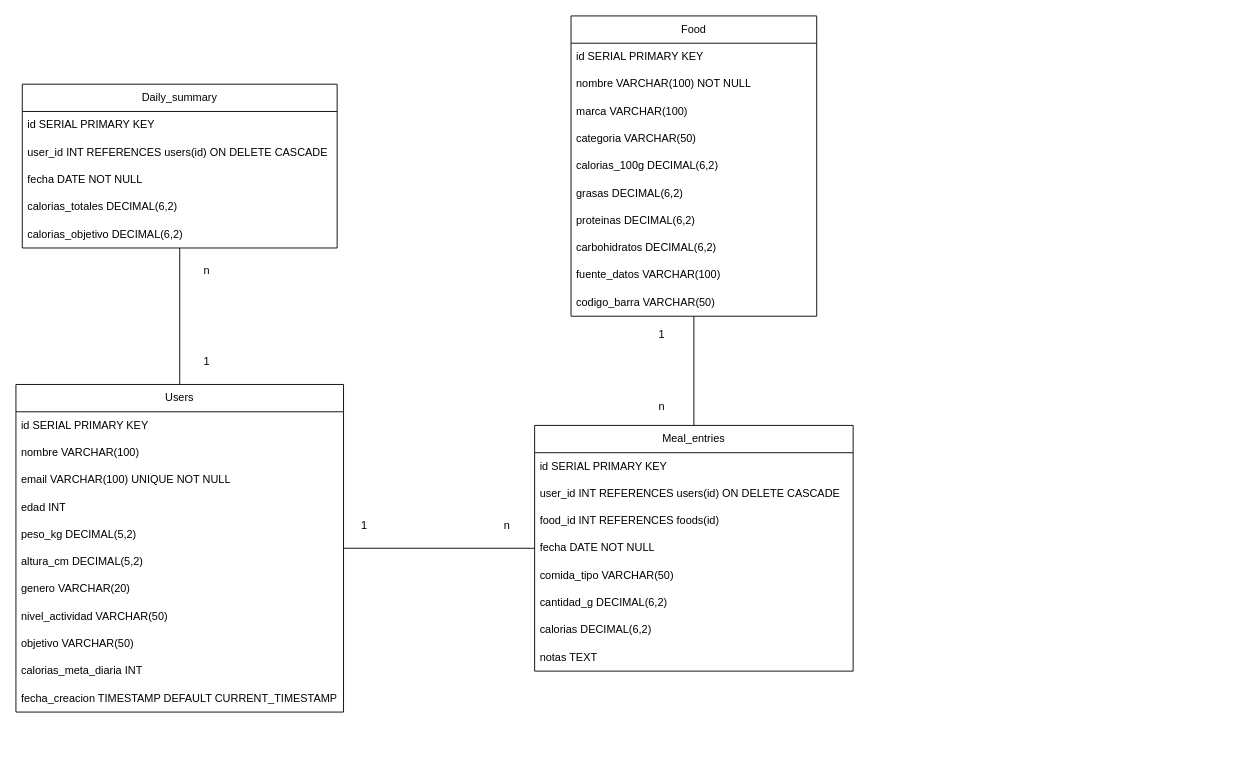
This is recursos/MVP.drawio from arc155-ua/TFG-2025, a draw.io file, before an edit. Source tidied: cells renumbered, new cells numbered last; positions are measured from the earlier drawing's top-left corner, leaving out a move shared by most shapes. Both pictures are drawn from the tidied source at 91%, with x=0, y=0 at pixel (15, 15).
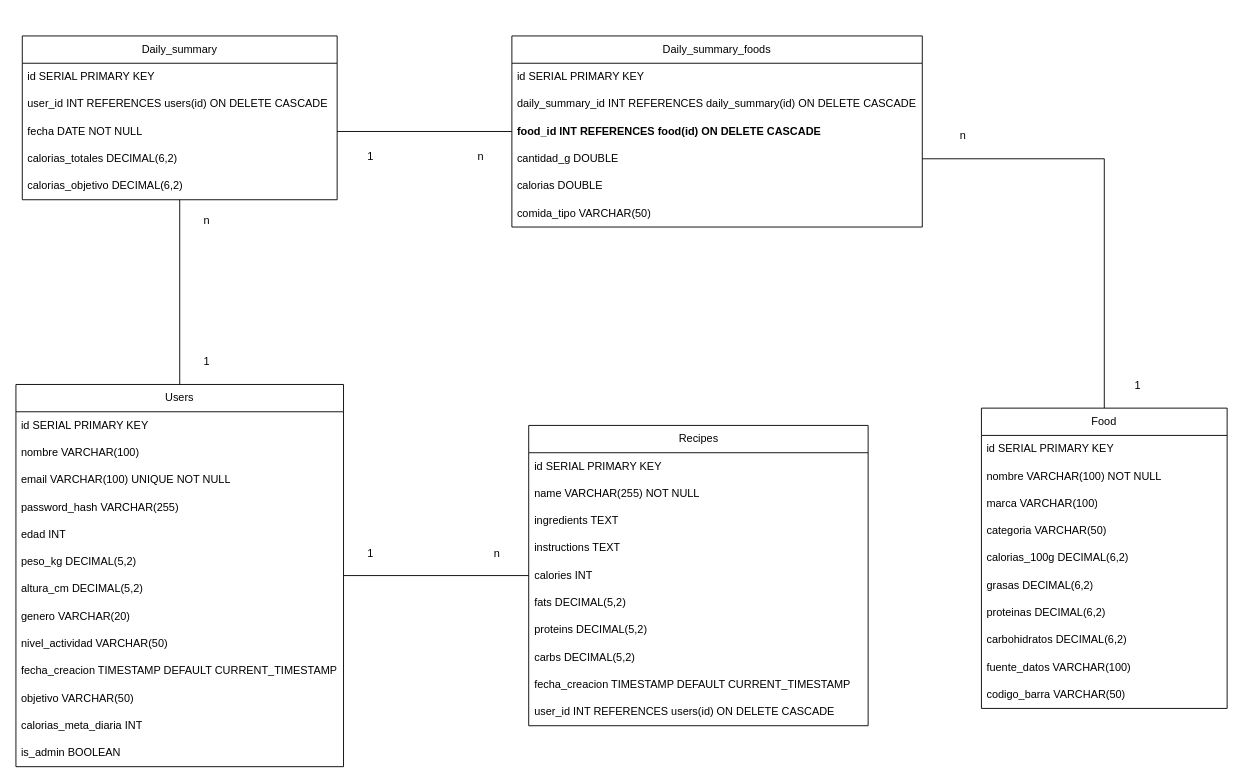
The same page after the edit.

Unchanged cells that the change refers to:
```xml
<mxCell id="37" value="fecha DATE NOT NULL" style="text;strokeColor=none;fillColor=none;align=left;verticalAlign=middle;spacingLeft=4;spacingRight=4;overflow=hidden;points=[[0,0.5],[1,0.5]];portConstraint=eastwest;whiteSpace=wrap;html=1;" parent="34" vertex="1">
  <mxGeometry y="90" width="346" height="30" as="geometry" />
</mxCell>
```

What changed in the source:
```diff
@@
     <mxCell id="2" value="Users" style="swimlane;fontStyle=0;horizontal=1;startSize=30;whiteSpace=wrap;html=1;" parent="1" vertex="1">
-      <mxGeometry y="405" width="360" height="360" as="geometry" />
+      <mxGeometry y="405" width="360" height="420" as="geometry" />
     </mxCell>
@@
+    <mxCell id="13" value="password_hash VARCHAR(255)" style="text;strokeColor=none;fillColor=none;align=left;verticalAlign=middle;spacingLeft=4;spacingRight=4;overflow=hidden;whiteSpace=wrap;html=1;" parent="2" vertex="1">
+      <mxGeometry y="120" width="360" height="30" as="geometry" />
+    </mxCell>
     <mxCell id="6" value="edad INT" style="text;strokeColor=none;fillColor=none;align=left;verticalAlign=middle;spacingLeft=4;spacingRight=4;overflow=hidden;whiteSpace=wrap;html=1;" parent="2" vertex="1">
-      <mxGeometry y="120" width="360" height="30" as="geometry" />
+      <mxGeometry y="150" width="360" height="30" as="geometry" />
     </mxCell>
     <mxCell id="7" value="peso_kg DECIMAL(5,2)" style="text;strokeColor=none;fillColor=none;align=left;verticalAlign=middle;spacingLeft=4;spacingRight=4;overflow=hidden;whiteSpace=wrap;html=1;" parent="2" vertex="1">
-      <mxGeometry y="150" width="360" height="30" as="geometry" />
+      <mxGeometry y="180" width="360" height="30" as="geometry" />
     </mxCell>
     <mxCell id="8" value="altura_cm DECIMAL(5,2)" style="text;strokeColor=none;fillColor=none;align=left;verticalAlign=middle;spacingLeft=4;spacingRight=4;overflow=hidden;whiteSpace=wrap;html=1;" parent="2" vertex="1">
-      <mxGeometry y="180" width="360" height="30" as="geometry" />
+      <mxGeometry y="210" width="360" height="30" as="geometry" />
     </mxCell>
     <mxCell id="9" value="genero VARCHAR(20)" style="text;strokeColor=none;fillColor=none;align=left;verticalAlign=middle;spacingLeft=4;spacingRight=4;overflow=hidden;whiteSpace=wrap;html=1;" parent="2" vertex="1">
-      <mxGeometry y="210" width="360" height="30" as="geometry" />
+      <mxGeometry y="240" width="360" height="30" as="geometry" />
     </mxCell>
     <mxCell id="10" value="nivel_actividad VARCHAR(50)" style="text;strokeColor=none;fillColor=none;align=left;verticalAlign=middle;spacingLeft=4;spacingRight=4;overflow=hidden;whiteSpace=wrap;html=1;" parent="2" vertex="1">
-      <mxGeometry y="240" width="360" height="30" as="geometry" />
+      <mxGeometry y="270" width="360" height="30" as="geometry" />
     </mxCell>
+    <mxCell id="49" value="fecha_creacion TIMESTAMP DEFAULT CURRENT_TIMESTAMP" style="text;strokeColor=none;fillColor=none;align=left;verticalAlign=middle;spacingLeft=4;spacingRight=4;overflow=hidden;whiteSpace=wrap;html=1;" parent="2" vertex="1">
+      <mxGeometry y="300" width="360" height="30" as="geometry" />
+    </mxCell>
     <mxCell id="11" value="objetivo VARCHAR(50)" style="text;strokeColor=none;fillColor=none;align=left;verticalAlign=middle;spacingLeft=4;spacingRight=4;overflow=hidden;whiteSpace=wrap;html=1;" parent="2" vertex="1">
-      <mxGeometry y="270" width="360" height="30" as="geometry" />
+      <mxGeometry y="330" width="360" height="30" as="geometry" />
     </mxCell>
     <mxCell id="12" value="calorias_meta_diaria INT" style="text;strokeColor=none;fillColor=none;align=left;verticalAlign=middle;spacingLeft=4;spacingRight=4;overflow=hidden;whiteSpace=wrap;html=1;" parent="2" vertex="1">
-      <mxGeometry y="300" width="360" height="30" as="geometry" />
+      <mxGeometry y="360" width="360" height="30" as="geometry" />
     </mxCell>
-    <mxCell id="13" value="fecha_creacion TIMESTAMP DEFAULT CURRENT_TIMESTAMP" style="text;strokeColor=none;fillColor=none;align=left;verticalAlign=middle;spacingLeft=4;spacingRight=4;overflow=hidden;whiteSpace=wrap;html=1;" parent="2" vertex="1">
-      <mxGeometry y="330" width="360" height="30" as="geometry" />
-    </mxCell>
+    <mxCell id="50" value="is_admin BOOLEAN" style="text;strokeColor=none;fillColor=none;align=left;verticalAlign=middle;spacingLeft=4;spacingRight=4;overflow=hidden;whiteSpace=wrap;html=1;" parent="2" vertex="1">
+      <mxGeometry y="390" width="360" height="30" as="geometry" />
+    </mxCell>
+    <mxCell id="51" style="edgeStyle=orthogonalEdgeStyle;rounded=0;jettySize=auto;html=1;exitX=0.5;exitY=0;exitDx=0;exitDy=0;endArrow=none;startFill=0;" parent="1" edge="1" source="14" target="56">
+      <mxGeometry relative="1" as="geometry" />
+    </mxCell>
     <mxCell id="14" value="Food" style="swimlane;fontStyle=0;horizontal=1;startSize=30;whiteSpace=wrap;html=1;" parent="1" vertex="1">
-      <mxGeometry x="610" width="270" height="330" as="geometry" />
+      <mxGeometry x="1061" y="431" width="270" height="330" as="geometry" />
     </mxCell>
@@
-    <mxCell id="25" value="Meal_entries" style="swimlane;fontStyle=0;horizontal=1;startSize=30;whiteSpace=wrap;html=1;" parent="1" vertex="1">
-      <mxGeometry x="570" y="450" width="350" height="270" as="geometry" />
-    </mxCell>
-    <mxCell id="26" value="id SERIAL PRIMARY KEY" style="text;strokeColor=none;fillColor=none;align=left;verticalAlign=middle;spacingLeft=4;spacingRight=4;overflow=hidden;whiteSpace=wrap;html=1;" parent="25" vertex="1">
-      <mxGeometry y="30" width="350" height="30" as="geometry" />
-    </mxCell>
-    <mxCell id="27" value="user_id INT REFERENCES users(id) ON DELETE CASCADE" style="text;strokeColor=none;fillColor=none;align=left;verticalAlign=middle;spacingLeft=4;spacingRight=4;overflow=hidden;whiteSpace=wrap;html=1;" parent="25" vertex="1">
-      <mxGeometry y="60" width="350" height="30" as="geometry" />
-    </mxCell>
-    <mxCell id="28" value="food_id INT REFERENCES foods(id)" style="text;strokeColor=none;fillColor=none;align=left;verticalAlign=middle;spacingLeft=4;spacingRight=4;overflow=hidden;whiteSpace=wrap;html=1;" parent="25" vertex="1">
-      <mxGeometry y="90" width="350" height="30" as="geometry" />
-    </mxCell>
-    <mxCell id="29" value="fecha DATE NOT NULL" style="text;strokeColor=none;fillColor=none;align=left;verticalAlign=middle;spacingLeft=4;spacingRight=4;overflow=hidden;whiteSpace=wrap;html=1;" parent="25" vertex="1">
-      <mxGeometry y="120" width="350" height="30" as="geometry" />
-    </mxCell>
-    <mxCell id="30" value="comida_tipo VARCHAR(50)" style="text;strokeColor=none;fillColor=none;align=left;verticalAlign=middle;spacingLeft=4;spacingRight=4;overflow=hidden;whiteSpace=wrap;html=1;" parent="25" vertex="1">
-      <mxGeometry y="150" width="350" height="30" as="geometry" />
-    </mxCell>
-    <mxCell id="31" value="cantidad_g DECIMAL(6,2)" style="text;strokeColor=none;fillColor=none;align=left;verticalAlign=middle;spacingLeft=4;spacingRight=4;overflow=hidden;whiteSpace=wrap;html=1;" parent="25" vertex="1">
-      <mxGeometry y="180" width="350" height="30" as="geometry" />
-    </mxCell>
-    <mxCell id="32" value="calorias DECIMAL(6,2)" style="text;strokeColor=none;fillColor=none;align=left;verticalAlign=middle;spacingLeft=4;spacingRight=4;overflow=hidden;whiteSpace=wrap;html=1;" parent="25" vertex="1">
-      <mxGeometry y="210" width="350" height="30" as="geometry" />
-    </mxCell>
-    <mxCell id="33" value="notas TEXT" style="text;strokeColor=none;fillColor=none;align=left;verticalAlign=middle;spacingLeft=4;spacingRight=4;overflow=hidden;whiteSpace=wrap;html=1;" parent="25" vertex="1">
-      <mxGeometry y="240" width="350" height="30" as="geometry" />
-    </mxCell>
     <mxCell id="34" value="Daily_summary" style="swimlane;fontStyle=0;horizontal=1;startSize=30;whiteSpace=wrap;html=1;" parent="1" vertex="1">
-      <mxGeometry x="7" y="75" width="346" height="180" as="geometry" />
+      <mxGeometry x="7" y="22" width="346" height="180" as="geometry" />
     </mxCell>
@@
-    <mxCell id="40" style="endArrow=none;html=1;rounded=0;" parent="1" edge="1" source="2" target="25">
-      <mxGeometry relative="1" as="geometry" />
-    </mxCell>
-    <mxCell id="41" style="endArrow=none;html=1;rounded=0;" parent="1" edge="1" source="14" target="25">
-      <mxGeometry relative="1" as="geometry" />
-    </mxCell>
@@
-    <mxCell id="43" value="1" style="text;html=1;align=center;verticalAlign=middle;whiteSpace=wrap;rounded=0;" parent="1" vertex="1">
-      <mxGeometry x="353" y="545" width="60" height="30" as="geometry" />
-    </mxCell>
-    <mxCell id="44" value="1" style="text;html=1;align=center;verticalAlign=middle;whiteSpace=wrap;rounded=0;" parent="1" vertex="1">
-      <mxGeometry x="680" y="335" width="60" height="30" as="geometry" />
-    </mxCell>
@@
     <mxCell id="46" value="n" style="text;html=1;align=center;verticalAlign=middle;whiteSpace=wrap;rounded=0;" parent="1" vertex="1">
-      <mxGeometry x="180" y="265" width="60" height="30" as="geometry" />
+      <mxGeometry x="180" y="210" width="60" height="30" as="geometry" />
     </mxCell>
-    <mxCell id="47" value="n" style="text;html=1;align=center;verticalAlign=middle;whiteSpace=wrap;rounded=0;" parent="1" vertex="1">
-      <mxGeometry x="510" y="545" width="60" height="30" as="geometry" />
-    </mxCell>
-    <mxCell id="48" value="n" style="text;html=1;align=center;verticalAlign=middle;whiteSpace=wrap;rounded=0;" parent="1" vertex="1">
-      <mxGeometry x="680" y="415" width="60" height="30" as="geometry" />
-    </mxCell>
+    <mxCell id="52" value="Daily_summary_foods" style="swimlane;fontStyle=0;horizontal=1;startSize=30;whiteSpace=wrap;html=1;" parent="1" vertex="1">
+      <mxGeometry x="545" y="22" width="451" height="210" as="geometry" />
+    </mxCell>
+    <mxCell id="53" value="id SERIAL PRIMARY KEY" style="text;strokeColor=none;fillColor=none;align=left;verticalAlign=middle;spacingLeft=4;spacingRight=4;overflow=hidden;whiteSpace=wrap;html=1;" parent="52" vertex="1">
+      <mxGeometry y="30" width="451" height="30" as="geometry" />
+    </mxCell>
+    <mxCell id="54" value="daily_summary_id INT REFERENCES daily_summary(id) ON DELETE CASCADE" style="text;strokeColor=none;fillColor=none;align=left;verticalAlign=middle;spacingLeft=4;spacingRight=4;overflow=hidden;whiteSpace=wrap;html=1;" parent="52" vertex="1">
+      <mxGeometry y="60" width="451" height="30" as="geometry" />
+    </mxCell>
+    <mxCell id="55" value="food_id INT REFERENCES food(id) ON DELETE CASCADE" style="text;strokeColor=none;fillColor=none;align=left;verticalAlign=middle;spacingLeft=4;spacingRight=4;overflow=hidden;points=[[0,0.5],[1,0.5]];portConstraint=eastwest;whiteSpace=wrap;html=1;fontStyle=1;" parent="52" vertex="1">
+      <mxGeometry y="90" width="451" height="30" as="geometry" />
+    </mxCell>
+    <mxCell id="56" value="cantidad_g DOUBLE" style="text;strokeColor=none;fillColor=none;align=left;verticalAlign=middle;spacingLeft=4;spacingRight=4;overflow=hidden;points=[[0,0.5],[1,0.5]];portConstraint=eastwest;whiteSpace=wrap;html=1;" parent="52" vertex="1">
+      <mxGeometry y="120" width="451" height="30" as="geometry" />
+    </mxCell>
+    <mxCell id="57" value="calorias DOUBLE" style="text;strokeColor=none;fillColor=none;align=left;verticalAlign=middle;spacingLeft=4;spacingRight=4;overflow=hidden;whiteSpace=wrap;html=1;" parent="52" vertex="1">
+      <mxGeometry y="150" width="451" height="30" as="geometry" />
+    </mxCell>
+    <mxCell id="30" value="comida_tipo VARCHAR(50)" style="text;strokeColor=none;fillColor=none;align=left;verticalAlign=middle;spacingLeft=4;spacingRight=4;overflow=hidden;whiteSpace=wrap;html=1;" parent="52" vertex="1">
+      <mxGeometry y="180" width="451" height="30" as="geometry" />
+    </mxCell>
+    <mxCell id="58" style="edgeStyle=orthogonalEdgeStyle;rounded=0;jettySize=auto;html=1;exitX=0;exitY=0.5;exitDx=0;exitDy=0;endArrow=none;startFill=0;" parent="1" edge="1" source="55" target="37">
+      <mxGeometry relative="1" as="geometry" />
+    </mxCell>
+    <mxCell id="59" value="1" style="text;html=1;align=center;verticalAlign=middle;whiteSpace=wrap;rounded=0;" parent="1" vertex="1">
+      <mxGeometry x="360" y="140" width="60" height="30" as="geometry" />
+    </mxCell>
+    <mxCell id="60" value="n" style="text;html=1;align=center;verticalAlign=middle;whiteSpace=wrap;rounded=0;" parent="1" vertex="1">
+      <mxGeometry x="481" y="140" width="60" height="30" as="geometry" />
+    </mxCell>
+    <mxCell id="61" value="n" style="text;html=1;align=center;verticalAlign=middle;whiteSpace=wrap;rounded=0;" parent="1" vertex="1">
+      <mxGeometry x="1011" y="117" width="60" height="30" as="geometry" />
+    </mxCell>
+    <mxCell id="62" value="1" style="text;html=1;align=center;verticalAlign=middle;whiteSpace=wrap;rounded=0;" parent="1" vertex="1">
+      <mxGeometry x="1203" y="391" width="60" height="30" as="geometry" />
+    </mxCell>
+    <mxCell id="63" value="Recipes" style="swimlane;fontStyle=0;horizontal=1;startSize=30;whiteSpace=wrap;html=1;" parent="1" vertex="1">
+      <mxGeometry x="563.5" y="450" width="373" height="330" as="geometry" />
+    </mxCell>
+    <mxCell id="64" value="id SERIAL PRIMARY KEY" style="text;strokeColor=none;fillColor=none;align=left;verticalAlign=middle;spacingLeft=4;spacingRight=4;overflow=hidden;whiteSpace=wrap;html=1;" parent="63" vertex="1">
+      <mxGeometry y="30" width="373" height="30" as="geometry" />
+    </mxCell>
+    <mxCell id="65" value="name VARCHAR(255) NOT NULL" style="text;strokeColor=none;fillColor=none;align=left;verticalAlign=middle;spacingLeft=4;spacingRight=4;overflow=hidden;whiteSpace=wrap;html=1;" parent="63" vertex="1">
+      <mxGeometry y="60" width="373" height="30" as="geometry" />
+    </mxCell>
+    <mxCell id="66" value="ingredients TEXT" style="text;strokeColor=none;fillColor=none;align=left;verticalAlign=middle;spacingLeft=4;spacingRight=4;overflow=hidden;whiteSpace=wrap;html=1;" parent="63" vertex="1">
+      <mxGeometry y="90" width="373" height="30" as="geometry" />
+    </mxCell>
+    <mxCell id="67" value="instructions TEXT" style="text;strokeColor=none;fillColor=none;align=left;verticalAlign=middle;spacingLeft=4;spacingRight=4;overflow=hidden;whiteSpace=wrap;html=1;" parent="63" vertex="1">
+      <mxGeometry y="120" width="373" height="30" as="geometry" />
+    </mxCell>
+    <mxCell id="68" value="calories INT" style="text;strokeColor=none;fillColor=none;align=left;verticalAlign=middle;spacingLeft=4;spacingRight=4;overflow=hidden;points=[[0,0.5],[1,0.5]];portConstraint=eastwest;whiteSpace=wrap;html=1;" parent="63" vertex="1">
+      <mxGeometry y="150" width="373" height="30" as="geometry" />
+    </mxCell>
+    <mxCell id="69" value="fats DECIMAL(5,2)" style="text;strokeColor=none;fillColor=none;align=left;verticalAlign=middle;spacingLeft=4;spacingRight=4;overflow=hidden;whiteSpace=wrap;html=1;" parent="63" vertex="1">
+      <mxGeometry y="180" width="373" height="30" as="geometry" />
+    </mxCell>
+    <mxCell id="70" value="proteins DECIMAL(5,2)" style="text;strokeColor=none;fillColor=none;align=left;verticalAlign=middle;spacingLeft=4;spacingRight=4;overflow=hidden;whiteSpace=wrap;html=1;" parent="63" vertex="1">
+      <mxGeometry y="210" width="373" height="30" as="geometry" />
+    </mxCell>
+    <mxCell id="71" value="carbs DECIMAL(5,2)" style="text;strokeColor=none;fillColor=none;align=left;verticalAlign=middle;spacingLeft=4;spacingRight=4;overflow=hidden;whiteSpace=wrap;html=1;" parent="63" vertex="1">
+      <mxGeometry y="240" width="373" height="30" as="geometry" />
+    </mxCell>
+    <mxCell id="72" value="fecha_creacion TIMESTAMP DEFAULT CURRENT_TIMESTAMP" style="text;strokeColor=none;fillColor=none;align=left;verticalAlign=middle;spacingLeft=4;spacingRight=4;overflow=hidden;whiteSpace=wrap;html=1;" parent="63" vertex="1">
+      <mxGeometry y="270" width="373" height="30" as="geometry" />
+    </mxCell>
+    <mxCell id="27" value="user_id INT REFERENCES users(id) ON DELETE CASCADE" style="text;strokeColor=none;fillColor=none;align=left;verticalAlign=middle;spacingLeft=4;spacingRight=4;overflow=hidden;whiteSpace=wrap;html=1;" parent="63" vertex="1">
+      <mxGeometry y="300" width="373" height="30" as="geometry" />
+    </mxCell>
+    <mxCell id="73" style="edgeStyle=orthogonalEdgeStyle;rounded=0;jettySize=auto;html=1;exitX=0;exitY=0.5;exitDx=0;exitDy=0;endArrow=none;startFill=0;" parent="1" edge="1" source="68" target="2">
+      <mxGeometry relative="1" as="geometry" />
+    </mxCell>
+    <mxCell id="74" value="1" style="text;html=1;align=center;verticalAlign=middle;whiteSpace=wrap;rounded=0;" parent="1" vertex="1">
+      <mxGeometry x="360" y="576" width="60" height="30" as="geometry" />
+    </mxCell>
+    <mxCell id="75" value="n" style="text;html=1;align=center;verticalAlign=middle;whiteSpace=wrap;rounded=0;" parent="1" vertex="1">
+      <mxGeometry x="499" y="576" width="60" height="30" as="geometry" />
+    </mxCell>
```
